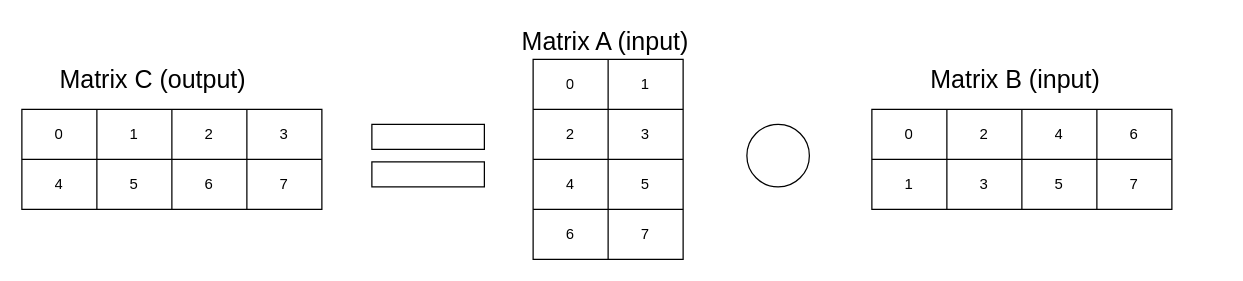
absorensen/numbers_go_brrrr keeps this draw.io diagram as figures/diagrams/mat_mul_strided_access.drawio. Above is the earlier version. Source tidied: cells renumbered, new cells numbered last; positions are measured from the earlier drawing's top-left corner, leaving out a move shared by most shapes. Both pictures are drawn from the tidied source at 125%, with x=0, y=0 at pixel (21, 21).
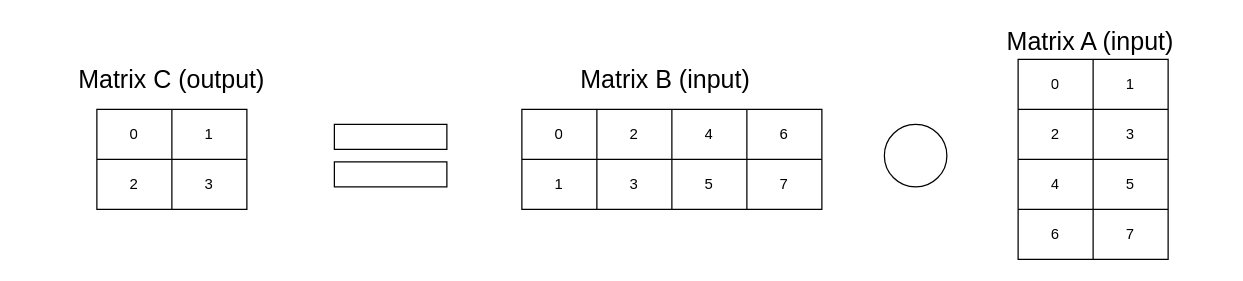
The same diagram, later.

The edit, as a diff of the source:
```diff
@@
     <mxCell id="2" style="shape=table;startSize=0;childLayout=tableLayout;" parent="1" vertex="1">
-      <mxGeometry x="680" y="70" width="240" height="80" as="geometry" />
+      <mxGeometry x="400" y="70" width="240" height="80" as="geometry" />
     </mxCell>
@@
     <mxCell id="13" style="shape=table;startSize=0;childLayout=tableLayout;" parent="1" vertex="1">
-      <mxGeometry x="409" y="30" width="120" height="160" as="geometry" />
+      <mxGeometry x="797" y="30" width="120" height="160" as="geometry" />
     </mxCell>
@@
-    <mxCell id="26" style="shape=table;startSize=0;childLayout=tableLayout;" parent="1" vertex="1">
-      <mxGeometry y="70" width="240" height="80" as="geometry" />
-    </mxCell>
-    <mxCell id="27" style="shape=tableRow;horizontal=0;startSize=0;swimlaneHead=0;swimlaneBody=0;strokeColor=inherit;top=0;left=0;bottom=0;right=0;fillColor=none;" parent="26" vertex="1">
-      <mxGeometry width="240" height="40" as="geometry" />
-    </mxCell>
-    <mxCell id="28" value="0" style="shape=partialRectangle;html=1;whiteSpace=wrap;strokeColor=inherit;overflow=hidden;fillColor=none;top=0;left=0;bottom=0;right=0;" parent="27" vertex="1">
-      <mxGeometry width="60" height="40" as="geometry" />
-    </mxCell>
-    <mxCell id="29" value="1" style="shape=partialRectangle;html=1;whiteSpace=wrap;strokeColor=inherit;overflow=hidden;fillColor=none;top=0;left=0;bottom=0;right=0;" parent="27" vertex="1">
-      <mxGeometry x="60" width="60" height="40" as="geometry" />
-    </mxCell>
-    <mxCell id="30" value="2" style="shape=partialRectangle;html=1;whiteSpace=wrap;strokeColor=inherit;overflow=hidden;fillColor=none;top=0;left=0;bottom=0;right=0;" parent="27" vertex="1">
-      <mxGeometry x="120" width="60" height="40" as="geometry" />
-    </mxCell>
-    <mxCell id="31" value="3" style="shape=partialRectangle;html=1;whiteSpace=wrap;strokeColor=inherit;overflow=hidden;fillColor=none;top=0;left=0;bottom=0;right=0;" parent="27" vertex="1">
-      <mxGeometry x="180" width="60" height="40" as="geometry" />
-    </mxCell>
-    <mxCell id="32" style="shape=tableRow;horizontal=0;startSize=0;swimlaneHead=0;swimlaneBody=0;strokeColor=inherit;top=0;left=0;bottom=0;right=0;fillColor=none;" parent="26" vertex="1">
-      <mxGeometry y="40" width="240" height="40" as="geometry" />
-    </mxCell>
-    <mxCell id="33" value="4" style="shape=partialRectangle;html=1;whiteSpace=wrap;strokeColor=inherit;overflow=hidden;fillColor=none;top=0;left=0;bottom=0;right=0;" parent="32" vertex="1">
-      <mxGeometry width="60" height="40" as="geometry" />
-    </mxCell>
-    <mxCell id="34" value="5" style="shape=partialRectangle;html=1;whiteSpace=wrap;strokeColor=inherit;overflow=hidden;fillColor=none;top=0;left=0;bottom=0;right=0;" parent="32" vertex="1">
-      <mxGeometry x="60" width="60" height="40" as="geometry" />
-    </mxCell>
-    <mxCell id="35" value="6" style="shape=partialRectangle;html=1;whiteSpace=wrap;strokeColor=inherit;overflow=hidden;fillColor=none;top=0;left=0;bottom=0;right=0;" parent="32" vertex="1">
-      <mxGeometry x="120" width="60" height="40" as="geometry" />
-    </mxCell>
-    <mxCell id="36" value="7" style="shape=partialRectangle;html=1;whiteSpace=wrap;strokeColor=inherit;overflow=hidden;fillColor=none;top=0;left=0;bottom=0;right=0;" parent="32" vertex="1">
-      <mxGeometry x="180" width="60" height="40" as="geometry" />
-    </mxCell>
     <mxCell id="37" value="&lt;font style=&quot;font-size: 20px;&quot;&gt;Matrix C (output)&lt;br&gt;&lt;/font&gt;" style="text;html=1;strokeColor=none;fillColor=none;align=center;verticalAlign=middle;whiteSpace=wrap;rounded=0;" parent="1" vertex="1">
-      <mxGeometry y="30" width="210" height="30" as="geometry" />
+      <mxGeometry x="15" y="30" width="210" height="30" as="geometry" />
     </mxCell>
     <mxCell id="38" value="&lt;font style=&quot;font-size: 20px;&quot;&gt;Matrix A (input)&lt;br&gt;&lt;/font&gt;" style="text;html=1;strokeColor=none;fillColor=none;align=center;verticalAlign=middle;whiteSpace=wrap;rounded=0;" parent="1" vertex="1">
-      <mxGeometry x="362" width="210" height="30" as="geometry" />
+      <mxGeometry x="750" width="210" height="30" as="geometry" />
     </mxCell>
     <mxCell id="39" value="&lt;font style=&quot;font-size: 20px;&quot;&gt;Matrix B (input)&lt;br&gt;&lt;/font&gt;" style="text;html=1;strokeColor=none;fillColor=none;align=center;verticalAlign=middle;whiteSpace=wrap;rounded=0;" parent="1" vertex="1">
-      <mxGeometry x="690" y="30" width="210" height="30" as="geometry" />
+      <mxGeometry x="410" y="30" width="210" height="30" as="geometry" />
     </mxCell>
     <mxCell id="40" style="rounded=0;whiteSpace=wrap;html=1;" parent="1" vertex="1">
-      <mxGeometry x="280" y="82" width="90" height="20" as="geometry" />
+      <mxGeometry x="250" y="82" width="90" height="20" as="geometry" />
     </mxCell>
     <mxCell id="41" style="rounded=0;whiteSpace=wrap;html=1;" parent="1" vertex="1">
-      <mxGeometry x="280" y="112" width="90" height="20" as="geometry" />
+      <mxGeometry x="250" y="112" width="90" height="20" as="geometry" />
     </mxCell>
     <mxCell id="42" style="ellipse;whiteSpace=wrap;html=1;" parent="1" vertex="1">
-      <mxGeometry x="580" y="82" width="50" height="50" as="geometry" />
+      <mxGeometry x="690" y="82" width="50" height="50" as="geometry" />
     </mxCell>
+    <mxCell id="43" style="shape=table;startSize=0;childLayout=tableLayout;" parent="1" vertex="1">
+      <mxGeometry x="60" y="70" width="120" height="80" as="geometry" />
+    </mxCell>
+    <mxCell id="44" style="shape=tableRow;horizontal=0;startSize=0;swimlaneHead=0;swimlaneBody=0;strokeColor=inherit;top=0;left=0;bottom=0;right=0;fillColor=none;" parent="43" vertex="1">
+      <mxGeometry width="120" height="40" as="geometry" />
+    </mxCell>
+    <mxCell id="28" value="0" style="shape=partialRectangle;html=1;whiteSpace=wrap;strokeColor=inherit;overflow=hidden;fillColor=none;top=0;left=0;bottom=0;right=0;" parent="44" vertex="1">
+      <mxGeometry width="60" height="40" as="geometry" />
+    </mxCell>
+    <mxCell id="29" value="1" style="shape=partialRectangle;html=1;whiteSpace=wrap;strokeColor=inherit;overflow=hidden;fillColor=none;top=0;left=0;bottom=0;right=0;" parent="44" vertex="1">
+      <mxGeometry x="60" width="60" height="40" as="geometry" />
+    </mxCell>
+    <mxCell id="45" style="shape=tableRow;horizontal=0;startSize=0;swimlaneHead=0;swimlaneBody=0;strokeColor=inherit;top=0;left=0;bottom=0;right=0;fillColor=none;" parent="43" vertex="1">
+      <mxGeometry y="40" width="120" height="40" as="geometry" />
+    </mxCell>
+    <mxCell id="30" value="2" style="shape=partialRectangle;html=1;whiteSpace=wrap;strokeColor=inherit;overflow=hidden;fillColor=none;top=0;left=0;bottom=0;right=0;" parent="45" vertex="1">
+      <mxGeometry width="60" height="40" as="geometry" />
+    </mxCell>
+    <mxCell id="31" value="3" style="shape=partialRectangle;html=1;whiteSpace=wrap;strokeColor=inherit;overflow=hidden;fillColor=none;top=0;left=0;bottom=0;right=0;" parent="45" vertex="1">
+      <mxGeometry x="60" width="60" height="40" as="geometry" />
+    </mxCell>
```
